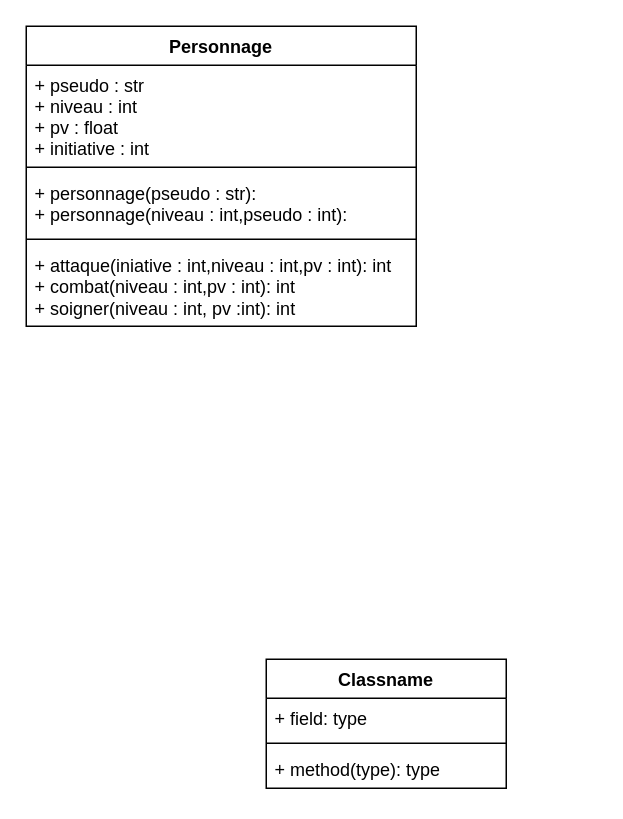
This is TP2/Diagramme sans nom.drawio from MaziniiX/R308, a draw.io file, before an edit. Source tidied: cells renumbered, new cells numbered last; positions are measured from the earlier drawing's top-left corner, leaving out a move shared by most shapes. Both pictures are drawn from the tidied source at 150%, with x=0, y=0 at pixel (26, 26).
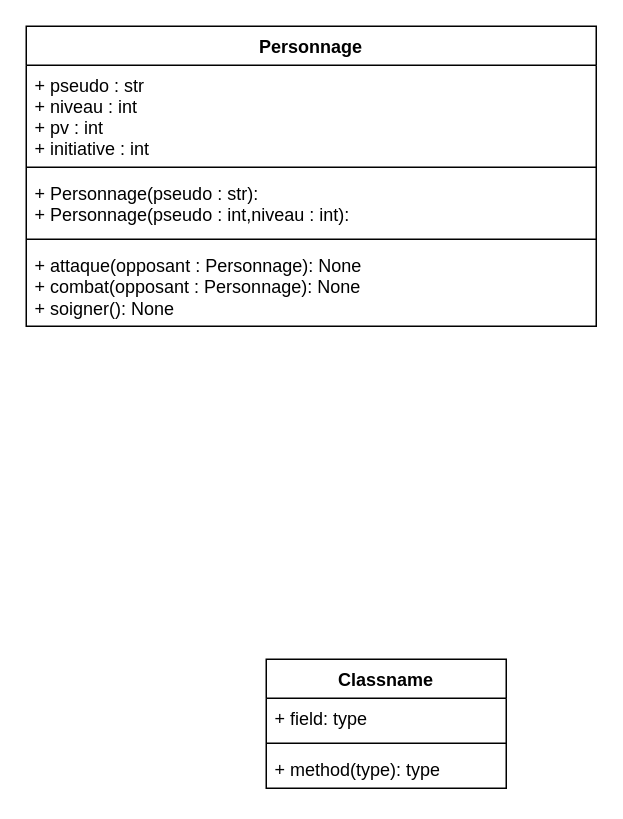
Above is the later version.

Diff of the diagram source:
```diff
@@
 <mxGraphModel>
   <root>
     <mxCell id="0" />
     <mxCell id="1" parent="0" />
     <mxCell id="2" value="Personnage" style="swimlane;fontStyle=1;align=center;verticalAlign=top;horizontal=1;startSize=26;rounded=0;shadow=0;strokeWidth=1;" parent="1" vertex="1">
-      <mxGeometry width="260" height="200" as="geometry" />
+      <mxGeometry width="380" height="200" as="geometry" />
     </mxCell>
-    <mxCell id="3" value="+ pseudo : str&#10;+ niveau : int&#10;+ pv : float&#10;+ initiative : int" style="text;align=left;verticalAlign=top;spacingLeft=4;spacingRight=4;overflow=hidden;" parent="2" vertex="1">
-      <mxGeometry y="26" width="260" height="64" as="geometry" />
+    <mxCell id="3" value="+ pseudo : str&#10;+ niveau : int&#10;+ pv : int&#10;+ initiative : int" style="text;align=left;verticalAlign=top;spacingLeft=4;spacingRight=4;overflow=hidden;" parent="2" vertex="1">
+      <mxGeometry y="26" width="380" height="64" as="geometry" />
     </mxCell>
     <mxCell id="4" style="line;strokeWidth=1;fillColor=none;align=left;verticalAlign=middle;spacingTop=-1;spacingLeft=3;spacingRight=3;labelPosition=right;strokeColor=inherit;" parent="2" vertex="1">
-      <mxGeometry y="90" width="260" height="8" as="geometry" />
+      <mxGeometry y="90" width="380" height="8" as="geometry" />
     </mxCell>
-    <mxCell id="5" value="+ personnage(pseudo : str):&lt;br&gt;+ personnage(niveau : int,pseudo : int):" style="text;strokeColor=none;fillColor=none;align=left;verticalAlign=top;spacingLeft=4;spacingRight=4;overflow=hidden;whiteSpace=wrap;html=1;" parent="2" vertex="1">
-      <mxGeometry y="98" width="260" height="40" as="geometry" />
+    <mxCell id="5" value="+ Personnage(pseudo : str):&lt;br&gt;+ Personnage(pseudo : int,niveau : int):" style="text;strokeColor=none;fillColor=none;align=left;verticalAlign=top;spacingLeft=4;spacingRight=4;overflow=hidden;whiteSpace=wrap;html=1;" parent="2" vertex="1">
+      <mxGeometry y="98" width="380" height="40" as="geometry" />
     </mxCell>
     <mxCell id="6" style="line;strokeWidth=1;fillColor=none;align=left;verticalAlign=middle;spacingTop=-1;spacingLeft=3;spacingRight=3;labelPosition=right;strokeColor=inherit;" parent="2" vertex="1">
-      <mxGeometry y="138" width="260" height="8" as="geometry" />
+      <mxGeometry y="138" width="380" height="8" as="geometry" />
     </mxCell>
-    <mxCell id="7" value="+ attaque(iniative : int,niveau : int,pv : int): int&lt;br&gt;+ combat(niveau : int,pv : int): int&lt;br&gt;+ soigner(niveau : int, pv :int): int" style="text;strokeColor=none;fillColor=none;align=left;verticalAlign=top;spacingLeft=4;spacingRight=4;overflow=hidden;whiteSpace=wrap;html=1;" parent="2" vertex="1">
-      <mxGeometry y="146" width="260" height="54" as="geometry" />
+    <mxCell id="7" value="+ attaque(opposant : Personnage): None&lt;br&gt;+ combat(opposant : Personnage): None&lt;br&gt;+ soigner(): None" style="text;strokeColor=none;fillColor=none;align=left;verticalAlign=top;spacingLeft=4;spacingRight=4;overflow=hidden;whiteSpace=wrap;html=1;" parent="2" vertex="1">
+      <mxGeometry y="146" width="380" height="54" as="geometry" />
     </mxCell>
     <mxCell id="8" value="Classname" style="swimlane;fontStyle=1;align=center;verticalAlign=top;horizontal=1;startSize=26;whiteSpace=wrap;html=1;" parent="1" vertex="1">
       <mxGeometry x="160" y="422" width="160" height="86" as="geometry" />
     </mxCell>
     <mxCell id="9" value="+ field: type" style="text;strokeColor=none;fillColor=none;align=left;verticalAlign=top;spacingLeft=4;spacingRight=4;overflow=hidden;whiteSpace=wrap;html=1;" parent="8" vertex="1">
       <mxGeometry y="26" width="160" height="26" as="geometry" />
     </mxCell>
     <mxCell id="10" style="line;strokeWidth=1;fillColor=none;align=left;verticalAlign=middle;spacingTop=-1;spacingLeft=3;spacingRight=3;labelPosition=right;strokeColor=inherit;" parent="8" vertex="1">
       <mxGeometry y="52" width="160" height="8" as="geometry" />
     </mxCell>
     <mxCell id="11" value="+ method(type): type" style="text;strokeColor=none;fillColor=none;align=left;verticalAlign=top;spacingLeft=4;spacingRight=4;overflow=hidden;whiteSpace=wrap;html=1;" parent="8" vertex="1">
       <mxGeometry y="60" width="160" height="26" as="geometry" />
     </mxCell>
   </root>
 </mxGraphModel>
```
